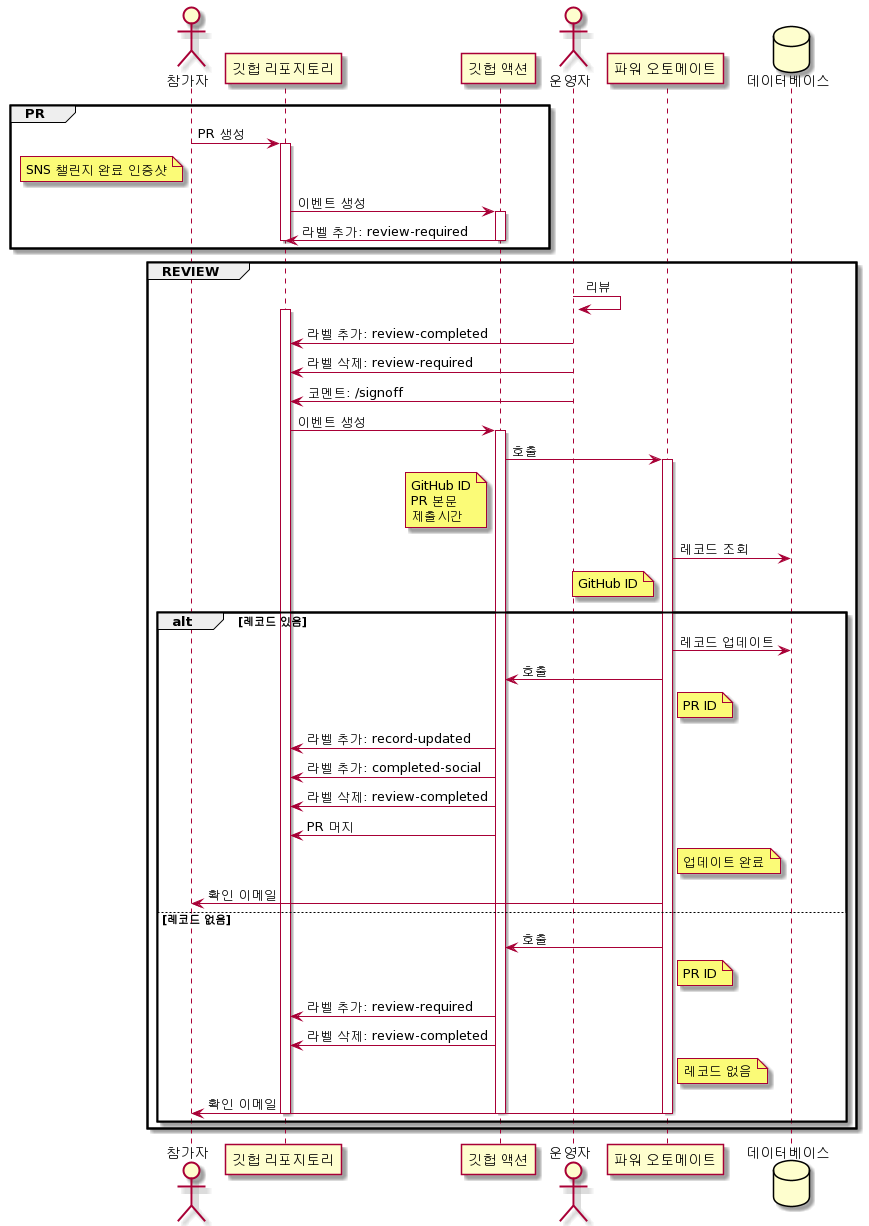
devrel-kr/HackaLearn keeps this PlantUML diagram as processes/challenge-social.png. Above is the earlier version. Its diagram source:
```plantuml
@startuml
actor 참가자 as P
participant "깃헙 리포지토리" as REPO
participant "깃헙 액션" as GHA
actor 운영자 as OP
participant "파워 오토메이트" as PA
database 데이터베이스 as DB

group PR
    P -> REPO: PR 생성
    note left of P
        SNS 챌린지 완료 인증샷
    end note

    activate REPO
    REPO -> GHA: 이벤트 생성
    activate GHA
    GHA -> REPO: 라벨 추가: review-required
    deactivate GHA
    deactivate REPO
end

group REVIEW
    OP -> OP: 리뷰

    activate REPO
    OP -> REPO: 라벨 추가: review-completed
    OP -> REPO: 라벨 삭제: review-required
    OP -> REPO: 코멘트: /signoff
    REPO -> GHA: 이벤트 생성

    activate GHA
    GHA -> PA: 호출
    note left of GHA
        GitHub ID
        PR 본문
        제출시간
    end note

    activate PA
    PA -> DB: 레코드 조회
    note left of PA
        GitHub ID
    end note

    alt 레코드 있음
        PA -> DB: 레코드 업데이트
        PA -> GHA: 호출
        note right of PA
            PR ID
        end note
        GHA -> REPO: 라벨 추가: record-updated
        GHA -> REPO: 라벨 추가: completed-social
        GHA -> REPO: 라벨 삭제: review-completed
        GHA -> REPO: PR 머지
        note right of PA
            업데이트 완료
        end note
        PA -> P: 확인 이메일
    else 레코드 없음
        PA -> GHA: 호출
        note right of PA
            PR ID
        end note
        GHA -> REPO: 라벨 추가: review-required
        GHA -> REPO: 라벨 삭제: review-completed
        note right of PA
            레코드 없음
        end note
        PA -> P: 확인 이메일

        deactivate PA
        deactivate GHA
        deactivate REPO
    end
end
@enduml
```
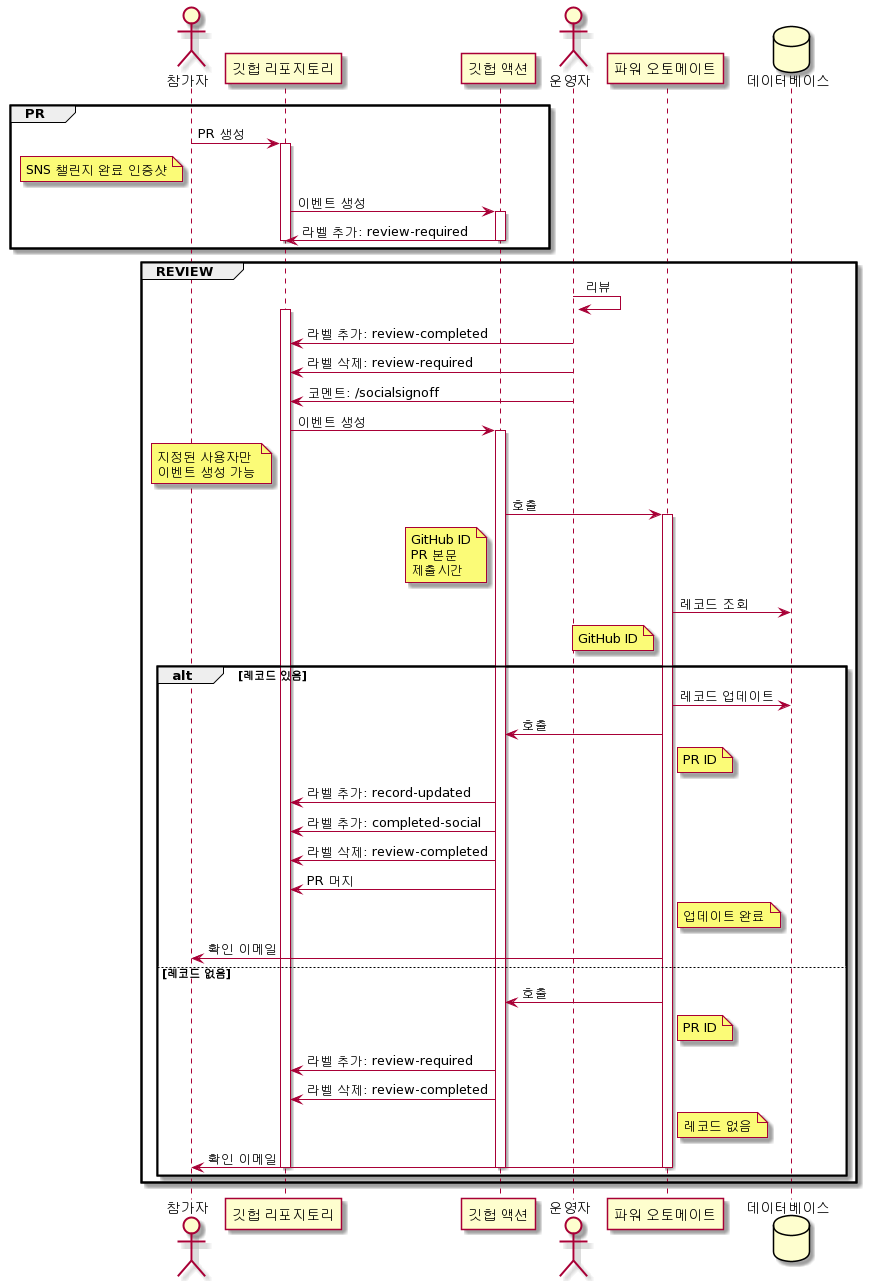
The same diagram one commit later.

Diff of the diagram source:
```diff
@@ -26,8 +26,12 @@
     activate REPO
     OP -> REPO: 라벨 추가: review-completed
     OP -> REPO: 라벨 삭제: review-required
-    OP -> REPO: 코멘트: /signoff
+    OP -> REPO: 코멘트: /socialsignoff
     REPO -> GHA: 이벤트 생성
+    note left of REPO
+        지정된 사용자만
+        이벤트 생성 가능
+    end note
 
     activate GHA
     GHA -> PA: 호출
```
